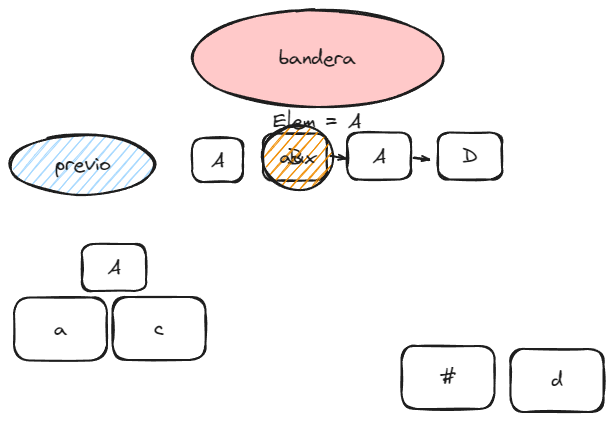
This is src/tests/test.excalidraw.png from lopezernesto/EDAT2024, a Excalidraw export, as it was before one commit. Source tidied: one line per element, renumbered; positions are measured from the earlier drawing's top-left corner, leaving out a move shared by most shapes.
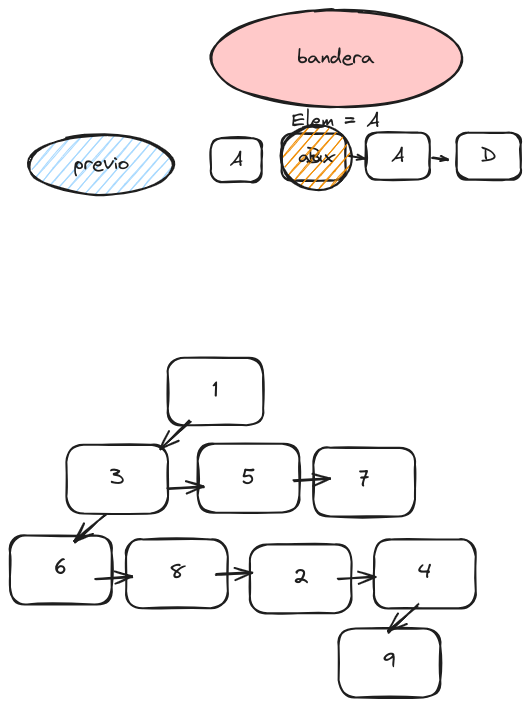
Above is the later version.

Change to the diagram source:
```diff
@@ -1,5 +1,5 @@
-{"id": 0, "type": "rectangle", "strokeColor": "#1e1e1e", "strokeWidth": 2, "roughness": 1, "round": true, "x": 72, "y": 234, "width": 64, "height": 47}
+{"id": 0, "type": "rectangle", "strokeColor": "#1e1e1e", "strokeWidth": 2, "roughness": 1, "round": true, "x": 139, "y": 348, "width": 95, "height": 67}
-{"id": 1, "type": "text", "text": "A", "strokeColor": "#1e1e1e", "strokeWidth": 2, "roughness": 1, "fontSize": 20, "fontFamily": 1, "textAlign": "center", "verticalAlign": "middle", "inside": 0, "x": 97, "y": 245, "width": 13, "height": 25}
+{"id": 1, "type": "text", "text": "1", "strokeColor": "#1e1e1e", "strokeWidth": 2, "roughness": 1, "fontSize": 21.87, "fontFamily": 1, "textAlign": "center", "verticalAlign": "middle", "inside": 0, "x": 184, "y": 368, "width": 6, "height": 27}
 {"id": 2, "type": "rectangle", "strokeColor": "#1e1e1e", "strokeWidth": 2, "roughness": 1, "round": true, "x": 253, "y": 124, "width": 64, "height": 47}
 {"id": 3, "type": "text", "text": "B", "strokeColor": "#1e1e1e", "strokeWidth": 2, "roughness": 1, "fontSize": 20, "fontFamily": 1, "textAlign": "center", "verticalAlign": "middle", "inside": 2, "x": 278, "y": 134, "width": 15, "height": 25}
 {"id": 4, "type": "rectangle", "strokeColor": "#1e1e1e", "strokeWidth": 2, "roughness": 1, "round": true, "x": 337, "y": 122, "width": 64, "height": 47}
@@ -17,11 +17,27 @@
 {"id": 16, "type": "text", "text": "previo", "strokeColor": "#1e1e1e", "backgroundColor": "#b2f2bb", "fillStyle": "hachure", "strokeWidth": 2, "roughness": 1, "fontSize": 20, "fontFamily": 1, "textAlign": "center", "verticalAlign": "middle", "inside": 15, "x": 45, "y": 142, "width": 55, "height": 25}
 {"id": 17, "type": "rectangle", "strokeColor": "#1e1e1e", "strokeWidth": 2, "roughness": 1, "round": true, "x": 182, "y": 128, "width": 51, "height": 44}
 {"id": 18, "type": "text", "text": "A", "strokeColor": "#1e1e1e", "strokeWidth": 2, "roughness": 1, "fontSize": 20, "fontFamily": 1, "textAlign": "center", "verticalAlign": "middle", "inside": 17, "x": 201, "y": 138, "width": 13, "height": 25}
-{"id": 19, "type": "rectangle", "strokeColor": "#1e1e1e", "strokeWidth": 2, "roughness": 1, "round": true, "x": 4, "y": 288, "width": 93, "height": 63}
+{"id": 19, "type": "rectangle", "strokeColor": "#1e1e1e", "strokeWidth": 2, "roughness": 1, "round": true, "x": 38, "y": 435, "width": 102, "height": 69}
-{"id": 20, "type": "text", "text": "a", "strokeColor": "#1e1e1e", "strokeWidth": 2, "roughness": 1, "fontSize": 20, "fontFamily": 1, "textAlign": "center", "verticalAlign": "middle", "inside": 19, "x": 44, "y": 306, "width": 13, "height": 25}
+{"id": 20, "type": "text", "text": "3", "strokeColor": "#1e1e1e", "strokeWidth": 2, "roughness": 1, "fontSize": 21.87, "fontFamily": 1, "textAlign": "center", "verticalAlign": "middle", "inside": 19, "x": 81, "y": 455, "width": 15, "height": 27}
-{"id": 21, "type": "rectangle", "strokeColor": "#1e1e1e", "strokeWidth": 2, "roughness": 1, "round": true, "x": 102, "y": 287, "width": 93, "height": 63}
+{"id": 21, "type": "rectangle", "strokeColor": "#1e1e1e", "strokeWidth": 2, "roughness": 1, "round": true, "x": 169, "y": 434, "width": 102, "height": 69}
-{"id": 22, "type": "text", "text": "c", "strokeColor": "#1e1e1e", "strokeWidth": 2, "roughness": 1, "fontSize": 20, "fontFamily": 1, "textAlign": "center", "verticalAlign": "middle", "inside": 21, "x": 144, "y": 306, "width": 10, "height": 25}
+{"id": 22, "type": "text", "text": "5", "strokeColor": "#1e1e1e", "strokeWidth": 2, "roughness": 1, "fontSize": 21.87, "fontFamily": 1, "textAlign": "center", "verticalAlign": "middle", "inside": 21, "x": 213, "y": 455, "width": 14, "height": 27}
-{"id": 23, "type": "rectangle", "strokeColor": "#1e1e1e", "strokeWidth": 2, "roughness": 1, "round": true, "x": 392, "y": 336, "width": 93, "height": 63}
+{"id": 23, "type": "rectangle", "strokeColor": "#1e1e1e", "strokeWidth": 2, "roughness": 1, "round": true, "x": 285, "y": 438, "width": 102, "height": 69}
-{"id": 24, "type": "text", "text": "#", "strokeColor": "#1e1e1e", "strokeWidth": 2, "roughness": 1, "fontSize": 20, "fontFamily": 1, "textAlign": "center", "verticalAlign": "middle", "inside": 23, "x": 430, "y": 355, "width": 16, "height": 25}
+{"id": 24, "type": "text", "text": "7", "strokeColor": "#1e1e1e", "strokeWidth": 2, "roughness": 1, "fontSize": 21.87, "fontFamily": 1, "textAlign": "center", "verticalAlign": "middle", "inside": 23, "x": 330, "y": 458, "width": 12, "height": 27}
-{"id": 25, "type": "rectangle", "strokeColor": "#1e1e1e", "strokeWidth": 2, "roughness": 1, "round": true, "x": 500, "y": 339, "width": 93, "height": 63}
+{"id": 25, "type": "rectangle", "strokeColor": "#1e1e1e", "strokeWidth": 2, "roughness": 1, "round": true, "x": -19, "y": 526, "width": 102, "height": 69}
-{"id": 26, "type": "text", "text": "d", "strokeColor": "#1e1e1e", "strokeWidth": 2, "roughness": 1, "fontSize": 20, "fontFamily": 1, "textAlign": "center", "verticalAlign": "middle", "inside": 25, "x": 541, "y": 358, "width": 11, "height": 25}
+{"id": 26, "type": "text", "text": "6", "strokeColor": "#1e1e1e", "strokeWidth": 2, "roughness": 1, "fontSize": 21.87, "fontFamily": 1, "textAlign": "center", "verticalAlign": "middle", "inside": 25, "x": 25, "y": 546, "width": 14, "height": 27}
+{"id": 27, "type": "rectangle", "strokeColor": "#1e1e1e", "strokeWidth": 2, "roughness": 1, "round": true, "x": 97, "y": 529, "width": 102, "height": 69}
+{"id": 28, "type": "text", "text": "8", "strokeColor": "#1e1e1e", "strokeWidth": 2, "roughness": 1, "fontSize": 21.87, "fontFamily": 1, "textAlign": "center", "verticalAlign": "middle", "inside": 27, "x": 140, "y": 550, "width": 17, "height": 27}
+{"id": 29, "type": "rectangle", "strokeColor": "#1e1e1e", "strokeWidth": 2, "roughness": 1, "round": true, "x": 221, "y": 534, "width": 102, "height": 69}
+{"id": 30, "type": "text", "text": "2", "strokeColor": "#1e1e1e", "strokeWidth": 2, "roughness": 1, "fontSize": 21.87, "fontFamily": 1, "textAlign": "center", "verticalAlign": "middle", "inside": 29, "x": 264, "y": 555, "width": 16, "height": 27}
+{"id": 31, "type": "rectangle", "strokeColor": "#1e1e1e", "strokeWidth": 2, "roughness": 1, "round": true, "x": 345, "y": 529, "width": 102, "height": 69}
+{"id": 32, "type": "text", "text": "4", "strokeColor": "#1e1e1e", "strokeWidth": 2, "roughness": 1, "fontSize": 21.87, "fontFamily": 1, "textAlign": "center", "verticalAlign": "middle", "inside": 31, "x": 389, "y": 550, "width": 14, "height": 27}
+{"id": 33, "type": "arrow", "strokeColor": "#1e1e1e", "strokeWidth": 2, "roughness": 1, "endArrowhead": "arrow", "round": true, "x": 162, "y": 412, "width": 30, "height": 27, "points": [[0, 0], [-30, 27]]}
+{"id": 34, "type": "arrow", "strokeColor": "#1e1e1e", "strokeWidth": 2, "roughness": 1, "endArrowhead": "arrow", "round": true, "from": 19, "x": 76, "y": 505, "width": 30, "height": 27, "points": [[0, 0], [-30, 27]]}
+{"id": 35, "type": "arrow", "strokeColor": "#1e1e1e", "strokeWidth": 2, "roughness": 1, "endArrowhead": "arrow", "round": true, "from": 19, "x": 139, "y": 479, "width": 36, "height": 2, "points": [[0, 0], [36, -2]]}
+{"id": 36, "type": "arrow", "strokeColor": "#1e1e1e", "strokeWidth": 2, "roughness": 1, "endArrowhead": "arrow", "round": true, "x": 265, "y": 470, "width": 36, "height": 2, "points": [[0, 0], [36, -2]]}
+{"id": 37, "type": "arrow", "strokeColor": "#1e1e1e", "strokeWidth": 2, "roughness": 1, "endArrowhead": "arrow", "round": true, "x": 67, "y": 569, "width": 36, "height": 2, "points": [[0, 0], [36, -2]]}
+{"id": 38, "type": "arrow", "strokeColor": "#1e1e1e", "strokeWidth": 2, "roughness": 1, "endArrowhead": "arrow", "round": true, "x": 188, "y": 565, "width": 36, "height": 2, "points": [[0, 0], [36, -2]]}
+{"id": 39, "type": "arrow", "strokeColor": "#1e1e1e", "strokeWidth": 2, "roughness": 1, "endArrowhead": "arrow", "round": true, "x": 310, "y": 569, "width": 36, "height": 2, "points": [[0, 0], [36, -2]]}
+{"id": 40, "type": "rectangle", "strokeColor": "#1e1e1e", "strokeWidth": 2, "roughness": 1, "round": true, "x": 310, "y": 619, "width": 102, "height": 69}
+{"id": 41, "type": "text", "text": "9", "strokeColor": "#1e1e1e", "strokeWidth": 2, "roughness": 1, "fontSize": 21.87, "fontFamily": 1, "textAlign": "center", "verticalAlign": "middle", "inside": 40, "x": 354, "y": 639, "width": 13, "height": 27}
+{"id": 42, "type": "arrow", "strokeColor": "#1e1e1e", "strokeWidth": 2, "roughness": 1, "endArrowhead": "arrow", "round": true, "x": 389, "y": 595, "width": 30, "height": 27, "points": [[0, 0], [-30, 27]]}
```
